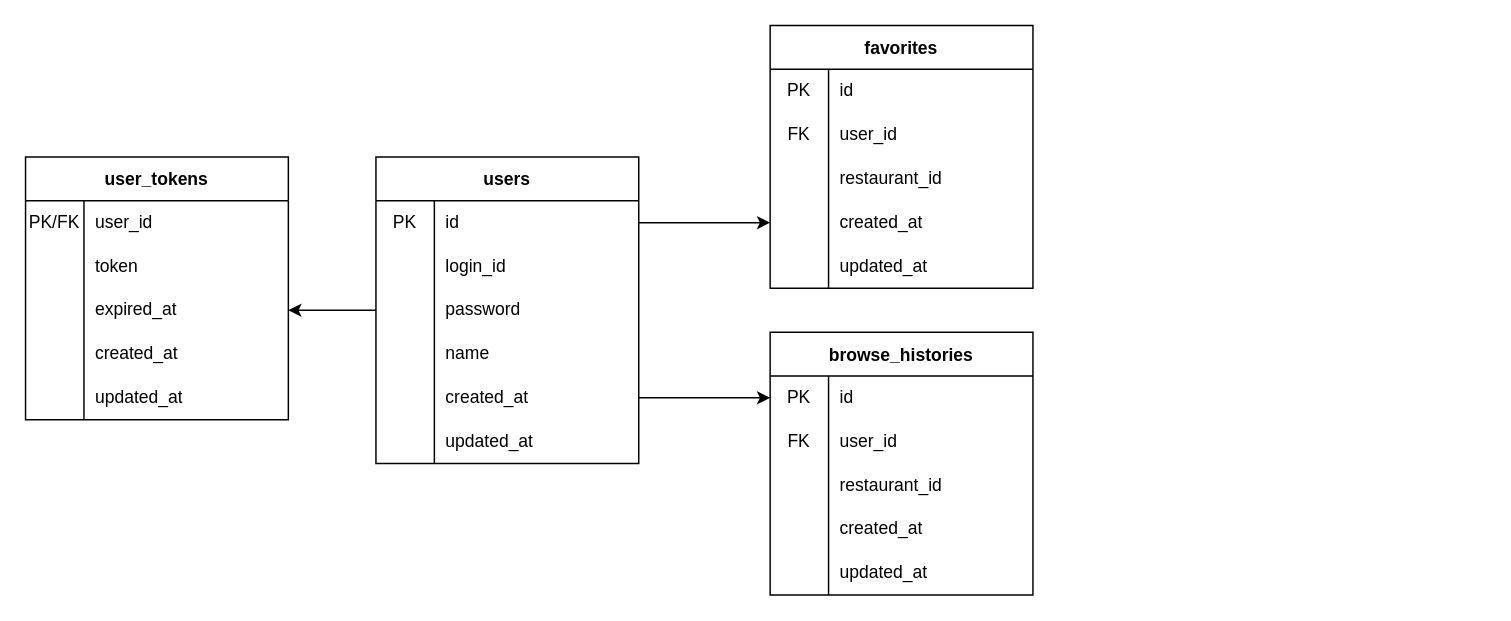
Above: backend/docs/db/app_db_er.drawio in akito-arakawa/mogu-view (draw.io), before the change. Source tidied: cells renumbered, new cells numbered last; positions are measured from the earlier drawing's top-left corner, leaving out a move shared by most shapes. Both pictures are drawn from the tidied source at 146%, with x=0, y=0 at pixel (25, 25).
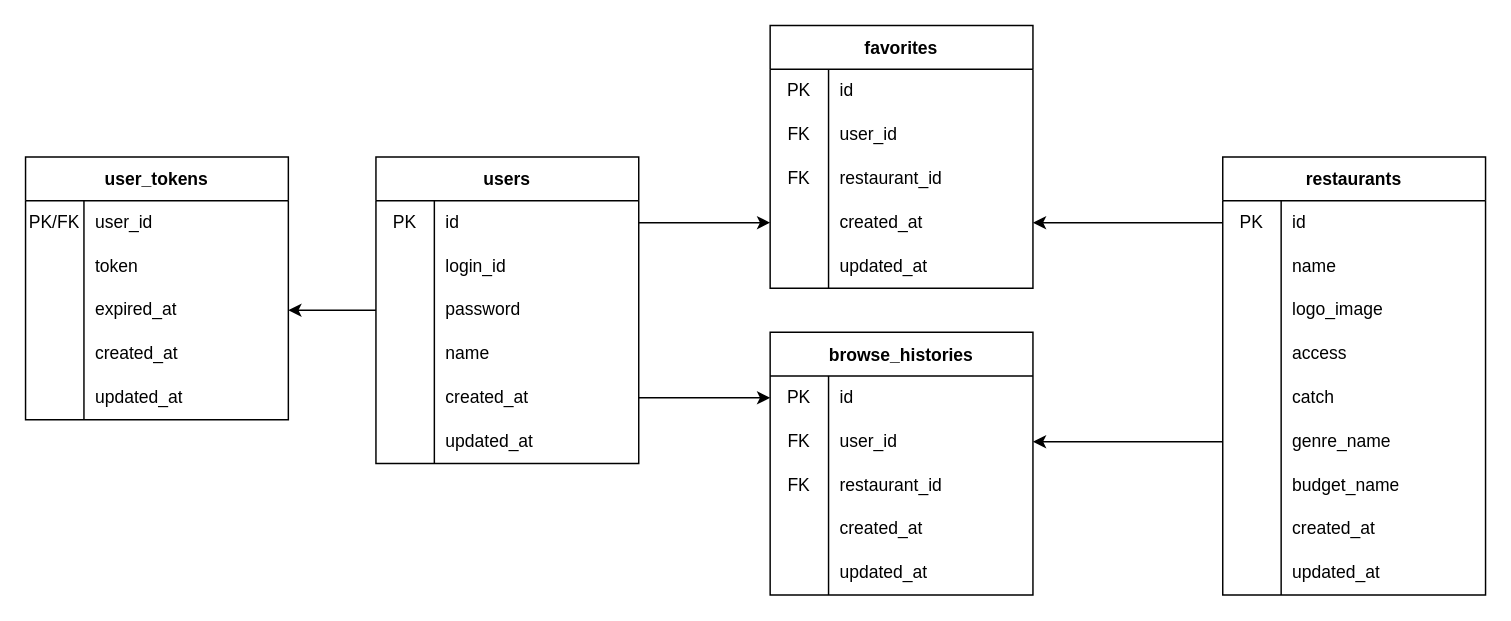
After the change.

Commit message (it also covers changes not shown here):
add:店舗情報キャッシュ用のテーブルを追加 #8

The change refers to these unchanged cells:
```xml
<mxCell id="45" style="shape=tableRow;horizontal=0;startSize=0;swimlaneHead=0;swimlaneBody=0;top=0;left=0;bottom=0;right=0;fillColor=none;" parent="38" vertex="1">
  <mxGeometry y="90" width="180" height="30" as="geometry" />
</mxCell>
<mxCell id="48" style="shape=tableRow;horizontal=0;startSize=0;swimlaneHead=0;swimlaneBody=0;top=0;left=0;bottom=0;right=0;fillColor=none;points=[[0,0.5],[1,0.5]];portConstraint=eastwest;" parent="38" vertex="1">
  <mxGeometry y="120" width="180" height="30" as="geometry" />
</mxCell>
<mxCell id="58" style="shape=tableRow;horizontal=0;startSize=0;swimlaneHead=0;swimlaneBody=0;top=0;left=0;bottom=0;right=0;fillColor=none;points=[[0,0.5],[1,0.5]];portConstraint=eastwest;" parent="54" vertex="1">
  <mxGeometry y="60" width="180" height="30" as="geometry" />
</mxCell>
<mxCell id="61" style="shape=tableRow;horizontal=0;startSize=0;swimlaneHead=0;swimlaneBody=0;top=0;left=0;bottom=0;right=0;fillColor=none;" parent="54" vertex="1">
  <mxGeometry y="90" width="180" height="30" as="geometry" />
</mxCell>
```

Diff of the diagram source:
```diff
@@
-    <mxCell id="46" style="shape=partialRectangle;html=1;whiteSpace=wrap;fillColor=none;top=0;left=0;bottom=0;right=0;overflow=hidden;" parent="45" vertex="1">
+    <mxCell id="46" value="FK" style="shape=partialRectangle;html=1;whiteSpace=wrap;fillColor=none;top=0;left=0;bottom=0;right=0;overflow=hidden;" parent="45" vertex="1">
       <mxGeometry width="40" height="30" as="geometry" />
     </mxCell>
@@
-    <mxCell id="62" style="shape=partialRectangle;html=1;whiteSpace=wrap;fillColor=none;top=0;left=0;bottom=0;right=0;overflow=hidden;" parent="61" vertex="1">
+    <mxCell id="62" value="FK" style="shape=partialRectangle;html=1;whiteSpace=wrap;fillColor=none;top=0;left=0;bottom=0;right=0;overflow=hidden;" parent="61" vertex="1">
       <mxGeometry width="40" height="30" as="geometry" />
     </mxCell>
@@
+    <mxCell id="72" value="restaurants" style="shape=table;startSize=30;childLayout=tableLayout;rowLines=0;fontStyle=1;" parent="1" vertex="1">
+      <mxGeometry x="820" y="90" width="180" height="300" as="geometry" />
+    </mxCell>
+    <mxCell id="73" style="shape=tableRow;horizontal=0;startSize=0;swimlaneHead=0;swimlaneBody=0;top=0;left=0;bottom=0;right=0;fillColor=none;points=[[0,0.5],[1,0.5]];portConstraint=eastwest;" parent="72" vertex="1">
+      <mxGeometry y="30" width="180" height="30" as="geometry" />
+    </mxCell>
+    <mxCell id="74" value="PK" style="shape=partialRectangle;html=1;whiteSpace=wrap;fillColor=none;top=0;left=0;bottom=0;right=0;overflow=hidden;" parent="73" vertex="1">
+      <mxGeometry width="40" height="30" as="geometry" />
+    </mxCell>
+    <mxCell id="75" value="id" style="shape=partialRectangle;html=1;whiteSpace=wrap;fillColor=none;top=0;left=0;bottom=0;right=0;align=left;spacingLeft=6;overflow=hidden;" parent="73" vertex="1">
+      <mxGeometry x="40" width="140" height="30" as="geometry" />
+    </mxCell>
+    <mxCell id="76" style="shape=tableRow;horizontal=0;startSize=0;swimlaneHead=0;swimlaneBody=0;top=0;left=0;bottom=0;right=0;fillColor=none;" parent="72" vertex="1">
+      <mxGeometry y="60" width="180" height="30" as="geometry" />
+    </mxCell>
+    <mxCell id="77" style="shape=partialRectangle;html=1;whiteSpace=wrap;fillColor=none;top=0;left=0;bottom=0;right=0;overflow=hidden;" parent="76" vertex="1">
+      <mxGeometry width="40" height="30" as="geometry" />
+    </mxCell>
+    <mxCell id="78" value="name" style="shape=partialRectangle;html=1;whiteSpace=wrap;fillColor=none;top=0;left=0;bottom=0;right=0;align=left;spacingLeft=6;overflow=hidden;" parent="76" vertex="1">
+      <mxGeometry x="40" width="140" height="30" as="geometry" />
+    </mxCell>
+    <mxCell id="79" style="shape=tableRow;horizontal=0;startSize=0;swimlaneHead=0;swimlaneBody=0;top=0;left=0;bottom=0;right=0;fillColor=none;" parent="72" vertex="1">
+      <mxGeometry y="90" width="180" height="30" as="geometry" />
+    </mxCell>
+    <mxCell id="80" style="shape=partialRectangle;html=1;whiteSpace=wrap;fillColor=none;top=0;left=0;bottom=0;right=0;overflow=hidden;" parent="79" vertex="1">
+      <mxGeometry width="40" height="30" as="geometry" />
+    </mxCell>
+    <mxCell id="81" value="logo_image" style="shape=partialRectangle;html=1;whiteSpace=wrap;fillColor=none;top=0;left=0;bottom=0;right=0;align=left;spacingLeft=6;overflow=hidden;" parent="79" vertex="1">
+      <mxGeometry x="40" width="140" height="30" as="geometry" />
+    </mxCell>
+    <mxCell id="82" style="shape=tableRow;horizontal=0;startSize=0;swimlaneHead=0;swimlaneBody=0;top=0;left=0;bottom=0;right=0;fillColor=none;" parent="72" vertex="1">
+      <mxGeometry y="120" width="180" height="30" as="geometry" />
+    </mxCell>
+    <mxCell id="83" style="shape=partialRectangle;html=1;whiteSpace=wrap;fillColor=none;top=0;left=0;bottom=0;right=0;overflow=hidden;" parent="82" vertex="1">
+      <mxGeometry width="40" height="30" as="geometry" />
+    </mxCell>
+    <mxCell id="84" value="access&lt;div style=&quot;color: rgb(0, 0, 0); background-color: rgb(255, 255, 255); font-family: IBMPlexMono, &amp;quot;Courier New&amp;quot;, monospace, Consolas, &amp;quot;Courier New&amp;quot;, monospace; line-height: 18px;&quot;&gt;&lt;/div&gt;" style="shape=partialRectangle;html=1;whiteSpace=wrap;fillColor=none;top=0;left=0;bottom=0;right=0;align=left;spacingLeft=6;overflow=hidden;" parent="82" vertex="1">
+      <mxGeometry x="40" width="140" height="30" as="geometry" />
+    </mxCell>
+    <mxCell id="85" style="shape=tableRow;horizontal=0;startSize=0;swimlaneHead=0;swimlaneBody=0;top=0;left=0;bottom=0;right=0;fillColor=none;" parent="72" vertex="1">
+      <mxGeometry y="150" width="180" height="30" as="geometry" />
+    </mxCell>
+    <mxCell id="86" style="shape=partialRectangle;html=1;whiteSpace=wrap;fillColor=none;top=0;left=0;bottom=0;right=0;overflow=hidden;" parent="85" vertex="1">
+      <mxGeometry width="40" height="30" as="geometry" />
+    </mxCell>
+    <mxCell id="87" value="catch" style="shape=partialRectangle;html=1;whiteSpace=wrap;fillColor=none;top=0;left=0;bottom=0;right=0;align=left;spacingLeft=6;overflow=hidden;" parent="85" vertex="1">
+      <mxGeometry x="40" width="140" height="30" as="geometry" />
+    </mxCell>
+    <mxCell id="88" style="shape=tableRow;horizontal=0;startSize=0;swimlaneHead=0;swimlaneBody=0;top=0;left=0;bottom=0;right=0;fillColor=none;points=[[0,0.5],[1,0.5]];portConstraint=eastwest;" parent="72" vertex="1">
+      <mxGeometry y="180" width="180" height="30" as="geometry" />
+    </mxCell>
+    <mxCell id="89" style="shape=partialRectangle;html=1;whiteSpace=wrap;fillColor=none;top=0;left=0;bottom=0;right=0;overflow=hidden;" parent="88" vertex="1">
+      <mxGeometry width="40" height="30" as="geometry" />
+    </mxCell>
+    <mxCell id="90" value="genre_name" style="shape=partialRectangle;html=1;whiteSpace=wrap;fillColor=none;top=0;left=0;bottom=0;right=0;align=left;spacingLeft=6;overflow=hidden;" parent="88" vertex="1">
+      <mxGeometry x="40" width="140" height="30" as="geometry" />
+    </mxCell>
+    <mxCell id="91" style="shape=tableRow;horizontal=0;startSize=0;swimlaneHead=0;swimlaneBody=0;top=0;left=0;bottom=0;right=0;fillColor=none;" parent="72" vertex="1">
+      <mxGeometry y="210" width="180" height="30" as="geometry" />
+    </mxCell>
+    <mxCell id="92" style="shape=partialRectangle;html=1;whiteSpace=wrap;fillColor=none;top=0;left=0;bottom=0;right=0;overflow=hidden;" parent="91" vertex="1">
+      <mxGeometry width="40" height="30" as="geometry" />
+    </mxCell>
+    <mxCell id="93" value="budget_name" style="shape=partialRectangle;html=1;whiteSpace=wrap;fillColor=none;top=0;left=0;bottom=0;right=0;align=left;spacingLeft=6;overflow=hidden;" parent="91" vertex="1">
+      <mxGeometry x="40" width="140" height="30" as="geometry" />
+    </mxCell>
+    <mxCell id="94" style="shape=tableRow;horizontal=0;startSize=0;swimlaneHead=0;swimlaneBody=0;top=0;left=0;bottom=0;right=0;fillColor=none;" parent="72" vertex="1">
+      <mxGeometry y="240" width="180" height="30" as="geometry" />
+    </mxCell>
+    <mxCell id="95" style="shape=partialRectangle;html=1;whiteSpace=wrap;fillColor=none;top=0;left=0;bottom=0;right=0;overflow=hidden;" parent="94" vertex="1">
+      <mxGeometry width="40" height="30" as="geometry" />
+    </mxCell>
+    <mxCell id="96" value="created_at" style="shape=partialRectangle;html=1;whiteSpace=wrap;fillColor=none;top=0;left=0;bottom=0;right=0;align=left;spacingLeft=6;overflow=hidden;" parent="94" vertex="1">
+      <mxGeometry x="40" width="140" height="30" as="geometry" />
+    </mxCell>
+    <mxCell id="97" style="shape=tableRow;horizontal=0;startSize=0;swimlaneHead=0;swimlaneBody=0;top=0;left=0;bottom=0;right=0;fillColor=none;" parent="72" vertex="1">
+      <mxGeometry y="270" width="180" height="30" as="geometry" />
+    </mxCell>
+    <mxCell id="98" style="shape=partialRectangle;html=1;whiteSpace=wrap;fillColor=none;top=0;left=0;bottom=0;right=0;overflow=hidden;" parent="97" vertex="1">
+      <mxGeometry width="40" height="30" as="geometry" />
+    </mxCell>
+    <mxCell id="99" value="updated_at" style="shape=partialRectangle;html=1;whiteSpace=wrap;fillColor=none;top=0;left=0;bottom=0;right=0;align=left;spacingLeft=6;overflow=hidden;" parent="97" vertex="1">
+      <mxGeometry x="40" width="140" height="30" as="geometry" />
+    </mxCell>
+    <mxCell id="100" style="edgeStyle=none;html=1;exitX=0;exitY=0.5;exitDx=0;exitDy=0;entryX=1;entryY=0.5;entryDx=0;entryDy=0;" parent="1" edge="1" source="88" target="58">
+      <mxGeometry relative="1" as="geometry" />
+    </mxCell>
+    <mxCell id="101" style="edgeStyle=none;html=1;exitX=0;exitY=0.5;exitDx=0;exitDy=0;entryX=1;entryY=0.5;entryDx=0;entryDy=0;" parent="1" edge="1" source="73" target="48">
+      <mxGeometry relative="1" as="geometry" />
+    </mxCell>
```
